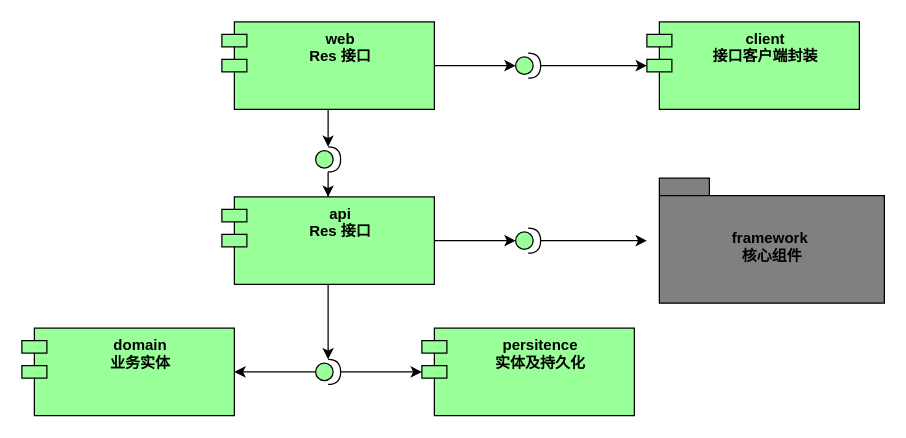
The draw.io diagram framework/微服务程模块结构.drawio in Gopanpan/Gopan-drawing, before the edit. Source tidied: cells renumbered, new cells numbered last; positions are measured from the earlier drawing's top-left corner, leaving out a move shared by most shapes. Both pictures are drawn from the tidied source at 125%, with x=0, y=0 at pixel (21, 21).
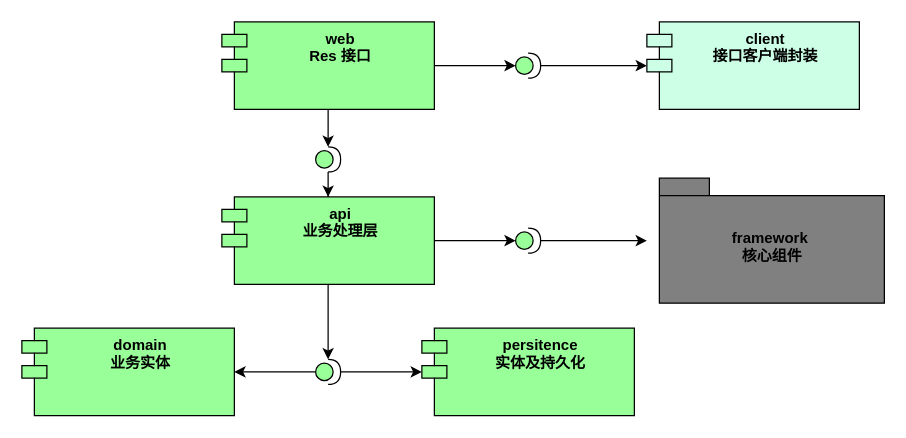
The same page after the edit.

Commit message:
Update 微服务程模块结构.drawio

What changed in the source:
```diff
@@
-    <mxCell id="6" value="api&#10;Res 接口" style="shape=module;align=left;spacingLeft=20;align=center;verticalAlign=top;fillColor=#99FF99;fontStyle=1;" parent="1" vertex="1">
+    <mxCell id="6" value="api&#10;业务处理层" style="shape=module;align=left;spacingLeft=20;align=center;verticalAlign=top;fillColor=#99FF99;fontStyle=1;" parent="1" vertex="1">
       <mxGeometry x="160" y="140" width="170" height="70" as="geometry" />
     </mxCell>
-    <mxCell id="7" value="client&#10;接口客户端封装" style="shape=module;align=left;spacingLeft=20;align=center;verticalAlign=top;fillColor=#99FF99;fontStyle=1;" parent="1" vertex="1">
+    <mxCell id="7" value="client&#10;接口客户端封装" style="shape=module;align=left;spacingLeft=20;align=center;verticalAlign=top;fillColor=#CCFFE6;fontStyle=1;" parent="1" vertex="1">
       <mxGeometry x="500" width="170" height="70" as="geometry" />
     </mxCell>
```
